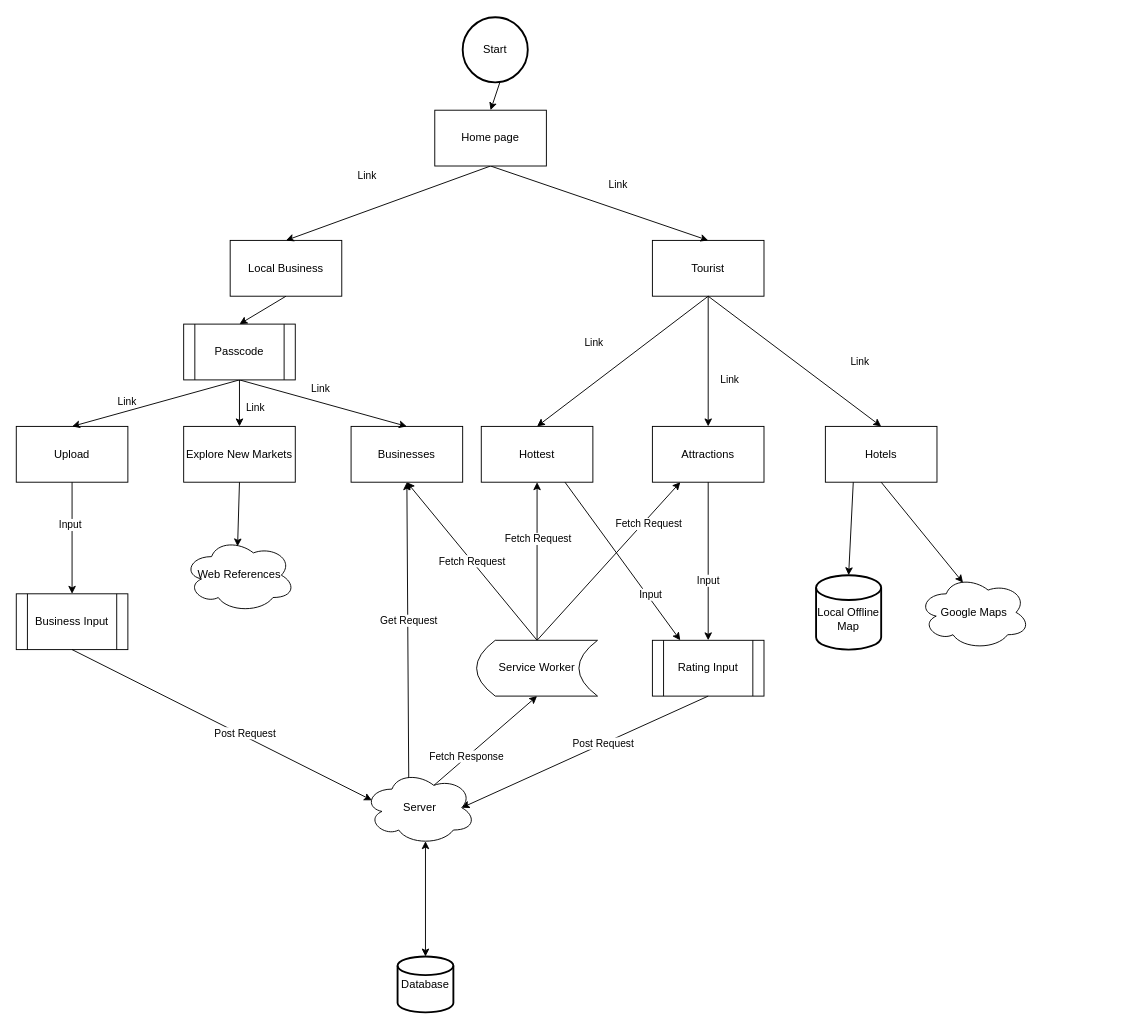
lobitos-empire/synoptic-project keeps this draw.io diagram as Untitled Diagram.drawio. Above is the earlier version. Source tidied: cells renumbered, new cells numbered last; positions are measured from the earlier drawing's top-left corner, leaving out a move shared by most shapes. Both pictures are drawn from the tidied source at 93%, with x=0, y=0 at pixel (16, 17).
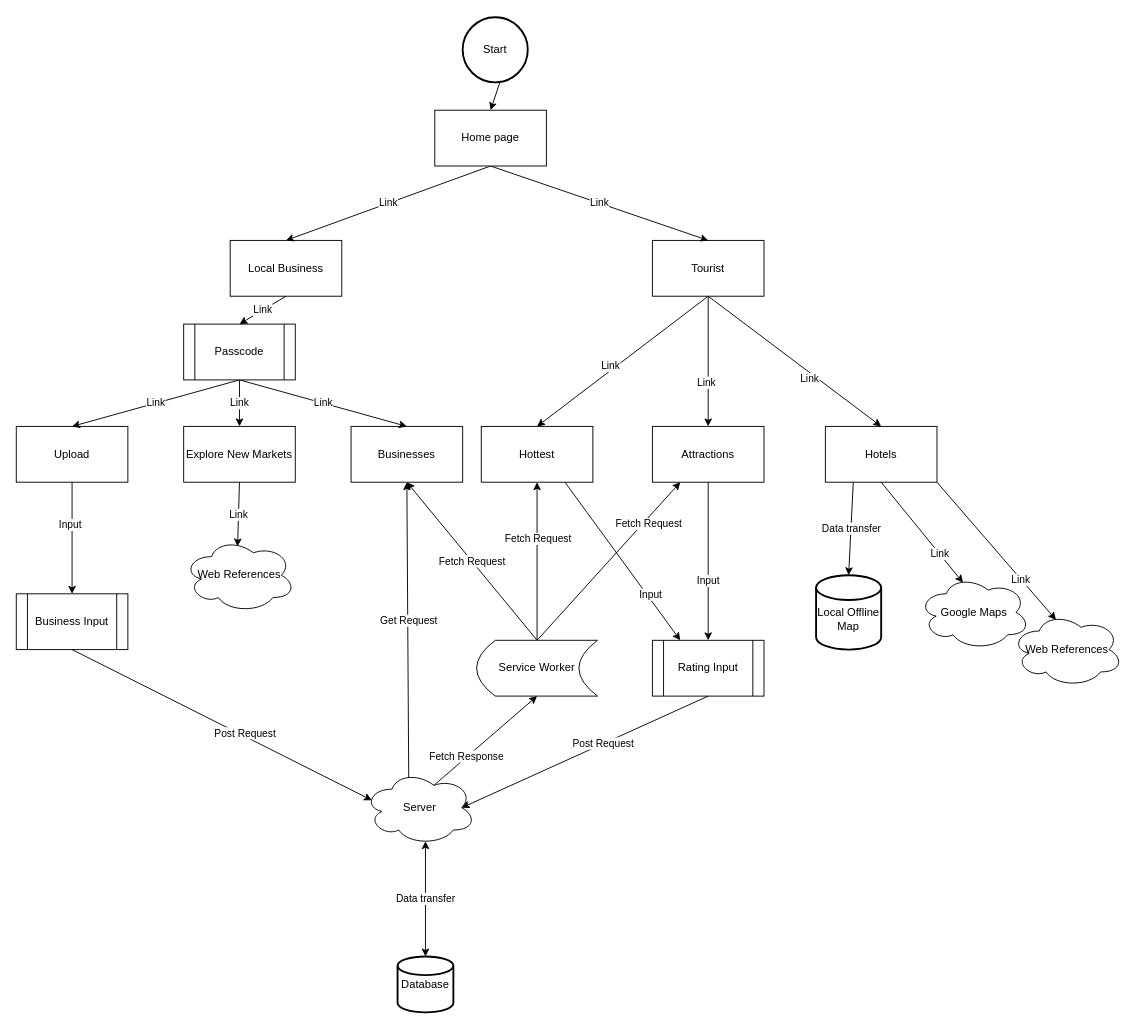
Above is the later version.

Commit message:
UML Diargram V1. drawio

Unchanged cells that the change refers to:
```xml
<mxCell id="3" value="Local Business" style="rounded=0;whiteSpace=wrap;html=1;" parent="1" vertex="1">
  <mxGeometry x="230" y="240" width="120" height="60" as="geometry" />
</mxCell>
<mxCell id="4" value="Tourist" style="rounded=0;whiteSpace=wrap;html=1;" parent="1" vertex="1">
  <mxGeometry x="684" y="240" width="120" height="60" as="geometry" />
</mxCell>
<mxCell id="9" value="Hotels" style="rounded=0;whiteSpace=wrap;html=1;" parent="1" vertex="1">
  <mxGeometry x="870" y="440" width="120" height="60" as="geometry" />
</mxCell>
<mxCell id="10" style="endArrow=classic;html=1;exitX=0.5;exitY=1;exitDx=0;exitDy=0;entryX=0.5;entryY=0;entryDx=0;entryDy=0;" parent="1" edge="1" source="4" target="8">
  <mxGeometry relative="1" as="geometry" />
</mxCell>
<mxCell id="11" style="endArrow=classic;html=1;exitX=0.5;exitY=1;exitDx=0;exitDy=0;entryX=0.5;entryY=0;entryDx=0;entryDy=0;" parent="1" edge="1" source="4" target="7">
  <mxGeometry relative="1" as="geometry" />
</mxCell>
<mxCell id="12" style="endArrow=classic;html=1;exitX=0.5;exitY=1;exitDx=0;exitDy=0;entryX=0.5;entryY=0;entryDx=0;entryDy=0;" parent="1" edge="1" source="4" target="9">
  <mxGeometry relative="1" as="geometry" />
</mxCell>
<mxCell id="13" value="Upload" style="rounded=0;whiteSpace=wrap;html=1;" parent="1" vertex="1">
  <mxGeometry y="440" width="120" height="60" as="geometry" />
</mxCell>
<mxCell id="14" value="Explore New Markets" style="rounded=0;whiteSpace=wrap;html=1;" parent="1" vertex="1">
  <mxGeometry x="180" y="440" width="120" height="60" as="geometry" />
</mxCell>
<mxCell id="15" value="Businesses" style="rounded=0;whiteSpace=wrap;html=1;" parent="1" vertex="1">
  <mxGeometry x="360" y="440" width="120" height="60" as="geometry" />
</mxCell>
<mxCell id="19" value="Database" style="strokeWidth=2;html=1;shape=mxgraph.flowchart.database;whiteSpace=wrap;" parent="1" vertex="1">
  <mxGeometry x="410" y="1010" width="60" height="60" as="geometry" />
</mxCell>
<mxCell id="34" style="endArrow=classic;html=1;exitX=0.5;exitY=1;exitDx=0;exitDy=0;entryX=0.4;entryY=0.1;entryDx=0;entryDy=0;entryPerimeter=0;" parent="1" edge="1" source="9" target="33">
  <mxGeometry relative="1" as="geometry" />
</mxCell>
<mxCell id="35" value="Passcode" style="shape=process;whiteSpace=wrap;html=1;backgroundOutline=1;" parent="1" vertex="1">
  <mxGeometry x="180" y="330" width="120" height="60" as="geometry" />
</mxCell>
<mxCell id="37" value="Server" style="ellipse;shape=cloud;whiteSpace=wrap;html=1;" parent="1" vertex="1">
  <mxGeometry x="374" y="810" width="120" height="80" as="geometry" />
</mxCell>
<mxCell id="48" value="&lt;br&gt;Local Offline Map" style="strokeWidth=2;html=1;shape=mxgraph.flowchart.database;whiteSpace=wrap;" parent="1" vertex="1">
  <mxGeometry x="860" y="600" width="70" height="80" as="geometry" />
</mxCell>
<mxCell id="50" value="&amp;nbsp;Web References&amp;nbsp;" style="ellipse;shape=cloud;whiteSpace=wrap;html=1;" parent="1" vertex="1">
  <mxGeometry x="180" y="560" width="120" height="80" as="geometry" />
</mxCell>
<mxCell id="56" value="Home page" style="rounded=0;whiteSpace=wrap;html=1;" parent="1" vertex="1">
  <mxGeometry x="450" y="100" width="120" height="60" as="geometry" />
</mxCell>
```

The edit, as a diff of the source:
```diff
@@
-    <mxCell id="5" style="endArrow=classic;html=1;entryX=0.5;entryY=0;entryDx=0;entryDy=0;exitX=0.5;exitY=1;exitDx=0;exitDy=0;" parent="1" edge="1" source="56" target="4">
+    <mxCell id="5" value="Link" style="endArrow=classic;html=1;entryX=0.5;entryY=0;entryDx=0;entryDy=0;exitX=0.5;exitY=1;exitDx=0;exitDy=0;" parent="1" edge="1" source="56" target="4">
       <mxGeometry relative="1" as="geometry" />
     </mxCell>
-    <mxCell id="6" style="endArrow=classic;html=1;entryX=0.5;entryY=0;entryDx=0;entryDy=0;exitX=0.5;exitY=1;exitDx=0;exitDy=0;" parent="1" edge="1" source="56" target="3">
+    <mxCell id="6" value="Link" style="endArrow=classic;html=1;entryX=0.5;entryY=0;entryDx=0;entryDy=0;exitX=0.5;exitY=1;exitDx=0;exitDy=0;" parent="1" edge="1" source="56" target="3">
       <mxGeometry relative="1" as="geometry" />
     </mxCell>
@@
+    <mxCell id="62" value="Link" style="edgeLabel;html=1;align=center;verticalAlign=middle;" parent="10" vertex="1">
+      <mxGeometry x="0.12" y="-5" relative="1" as="geometry" />
+    </mxCell>
@@
+    <mxCell id="63" value="Link" style="edgeLabel;html=1;align=center;verticalAlign=middle;" parent="11" vertex="1">
+      <mxGeometry x="0.31" y="-3" relative="1" as="geometry" />
+    </mxCell>
@@
+    <mxCell id="64" value="Link" style="edgeLabel;html=1;align=center;verticalAlign=middle;" parent="12" vertex="1">
+      <mxGeometry x="0.2" y="-5" relative="1" as="geometry" />
+    </mxCell>
@@
-    <mxCell id="16" style="endArrow=classic;html=1;exitX=0.5;exitY=1;exitDx=0;exitDy=0;entryX=0.5;entryY=0;entryDx=0;entryDy=0;" parent="1" edge="1" source="35" target="15">
+    <mxCell id="16" value="Link" style="endArrow=classic;html=1;exitX=0.5;exitY=1;exitDx=0;exitDy=0;entryX=0.5;entryY=0;entryDx=0;entryDy=0;" parent="1" edge="1" source="35" target="15">
       <mxGeometry relative="1" as="geometry" />
     </mxCell>
-    <mxCell id="17" style="endArrow=classic;html=1;exitX=0.5;exitY=1;exitDx=0;exitDy=0;entryX=0.5;entryY=0;entryDx=0;entryDy=0;" parent="1" edge="1" source="35" target="14">
+    <mxCell id="17" value="Link" style="endArrow=classic;html=1;exitX=0.5;exitY=1;exitDx=0;exitDy=0;entryX=0.5;entryY=0;entryDx=0;entryDy=0;" parent="1" edge="1" source="35" target="14">
       <mxGeometry relative="1" as="geometry" />
     </mxCell>
-    <mxCell id="18" style="endArrow=classic;html=1;exitX=0.5;exitY=1;exitDx=0;exitDy=0;entryX=0.5;entryY=0;entryDx=0;entryDy=0;" parent="1" edge="1" source="35" target="13">
+    <mxCell id="18" value="Link" style="endArrow=classic;html=1;exitX=0.5;exitY=1;exitDx=0;exitDy=0;entryX=0.5;entryY=0;entryDx=0;entryDy=0;" parent="1" edge="1" source="35" target="13">
       <mxGeometry relative="1" as="geometry" />
     </mxCell>
@@
+    <mxCell id="65" value="Link" style="edgeLabel;html=1;align=center;verticalAlign=middle;" parent="34" vertex="1">
+      <mxGeometry x="0.4" y="-1" relative="1" as="geometry">
+        <mxPoint x="1" as="offset" />
+      </mxGeometry>
+    </mxCell>
@@
-    <mxCell id="36" style="endArrow=classic;html=1;exitX=0.5;exitY=1;exitDx=0;exitDy=0;entryX=0.5;entryY=0;entryDx=0;entryDy=0;" parent="1" edge="1" source="3" target="35">
+    <mxCell id="36" value="Link" style="endArrow=classic;html=1;exitX=0.5;exitY=1;exitDx=0;exitDy=0;entryX=0.5;entryY=0;entryDx=0;entryDy=0;" parent="1" edge="1" source="3" target="35">
       <mxGeometry relative="1" as="geometry" />
     </mxCell>
@@
-    <mxCell id="38" style="endArrow=classic;startArrow=classic;html=1;entryX=0.55;entryY=0.95;entryDx=0;entryDy=0;entryPerimeter=0;exitX=0.5;exitY=0;exitDx=0;exitDy=0;exitPerimeter=0;" parent="1" edge="1" source="19" target="37">
+    <mxCell id="38" value="Data transfer" style="endArrow=classic;startArrow=classic;html=1;entryX=0.55;entryY=0.95;entryDx=0;entryDy=0;entryPerimeter=0;exitX=0.5;exitY=0;exitDx=0;exitDy=0;exitPerimeter=0;" parent="1" edge="1" source="19" target="37">
       <mxGeometry relative="1" as="geometry" />
     </mxCell>
@@
-    <mxCell id="49" style="endArrow=classic;html=1;exitX=0.25;exitY=1;exitDx=0;exitDy=0;entryX=0.5;entryY=0;entryDx=0;entryDy=0;entryPerimeter=0;" parent="1" edge="1" source="9" target="48">
+    <mxCell id="49" value="Data transfer" style="endArrow=classic;html=1;exitX=0.25;exitY=1;exitDx=0;exitDy=0;entryX=0.5;entryY=0;entryDx=0;entryDy=0;entryPerimeter=0;" parent="1" edge="1" source="9" target="48">
       <mxGeometry relative="1" as="geometry" />
     </mxCell>
@@
-    <mxCell id="51" style="endArrow=classic;html=1;exitX=0.5;exitY=1;exitDx=0;exitDy=0;entryX=0.483;entryY=0.113;entryDx=0;entryDy=0;entryPerimeter=0;" parent="1" edge="1" source="14" target="50">
+    <mxCell id="51" value="Link" style="endArrow=classic;html=1;exitX=0.5;exitY=1;exitDx=0;exitDy=0;entryX=0.483;entryY=0.113;entryDx=0;entryDy=0;entryPerimeter=0;" parent="1" edge="1" source="14" target="50">
       <mxGeometry relative="1" as="geometry" />
     </mxCell>
-    <mxCell id="52" value="Link" style="edgeLabel;html=1;align=center;verticalAlign=middle;" parent="1" vertex="1">
-      <mxGeometry x="130" y="410" as="geometry">
-        <mxPoint x="-12" y="2" as="offset" />
-      </mxGeometry>
-    </mxCell>
-    <mxCell id="53" value="Link" style="edgeLabel;html=1;align=center;verticalAlign=middle;" parent="1" vertex="1">
-      <mxGeometry x="140" y="420" as="geometry">
-        <mxPoint x="186" y="-21" as="offset" />
-      </mxGeometry>
-    </mxCell>
-    <mxCell id="54" value="Link" style="edgeLabel;html=1;align=center;verticalAlign=middle;" parent="1" vertex="1">
-      <mxGeometry x="70" y="440" as="geometry">
-        <mxPoint x="186" y="-21" as="offset" />
-      </mxGeometry>
-    </mxCell>
-    <mxCell id="55" value="Link" style="edgeLabel;html=1;align=center;verticalAlign=middle;" parent="1" vertex="1">
-      <mxGeometry x="190" y="190" as="geometry">
-        <mxPoint x="186" y="-21" as="offset" />
-      </mxGeometry>
-    </mxCell>
@@
-    <mxCell id="58" value="Link" style="edgeLabel;html=1;align=center;verticalAlign=middle;" parent="1" vertex="1">
-      <mxGeometry x="460" y="200" as="geometry">
-        <mxPoint x="186" y="-21" as="offset" />
-      </mxGeometry>
-    </mxCell>
-    <mxCell id="59" value="Link" style="edgeLabel;html=1;align=center;verticalAlign=middle;" parent="1" vertex="1">
-      <mxGeometry x="434" y="370" as="geometry">
-        <mxPoint x="186" y="-21" as="offset" />
-      </mxGeometry>
-    </mxCell>
-    <mxCell id="60" value="Link" style="edgeLabel;html=1;align=center;verticalAlign=middle;" parent="1" vertex="1">
-      <mxGeometry x="580" y="410" as="geometry">
-        <mxPoint x="186" y="-21" as="offset" />
-      </mxGeometry>
-    </mxCell>
-    <mxCell id="61" value="Link" style="edgeLabel;html=1;align=center;verticalAlign=middle;" parent="1" vertex="1">
-      <mxGeometry x="720" y="390" as="geometry">
-        <mxPoint x="186" y="-21" as="offset" />
-      </mxGeometry>
-    </mxCell>
+    <mxCell id="66" style="endArrow=classic;html=1;exitX=1;exitY=1;exitDx=0;exitDy=0;entryX=0.4;entryY=0.1;entryDx=0;entryDy=0;entryPerimeter=0;" parent="1" edge="1" source="9" target="68">
+      <mxGeometry relative="1" as="geometry" />
+    </mxCell>
+    <mxCell id="67" value="Link" style="edgeLabel;html=1;align=center;verticalAlign=middle;" parent="66" vertex="1">
+      <mxGeometry x="0.4" y="-1" relative="1" as="geometry">
+        <mxPoint x="1" as="offset" />
+      </mxGeometry>
+    </mxCell>
+    <mxCell id="68" value="&amp;nbsp;Web References&amp;nbsp;" style="ellipse;shape=cloud;whiteSpace=wrap;html=1;" parent="1" vertex="1">
+      <mxGeometry x="1070" y="640" width="120" height="80" as="geometry" />
+    </mxCell>
```
